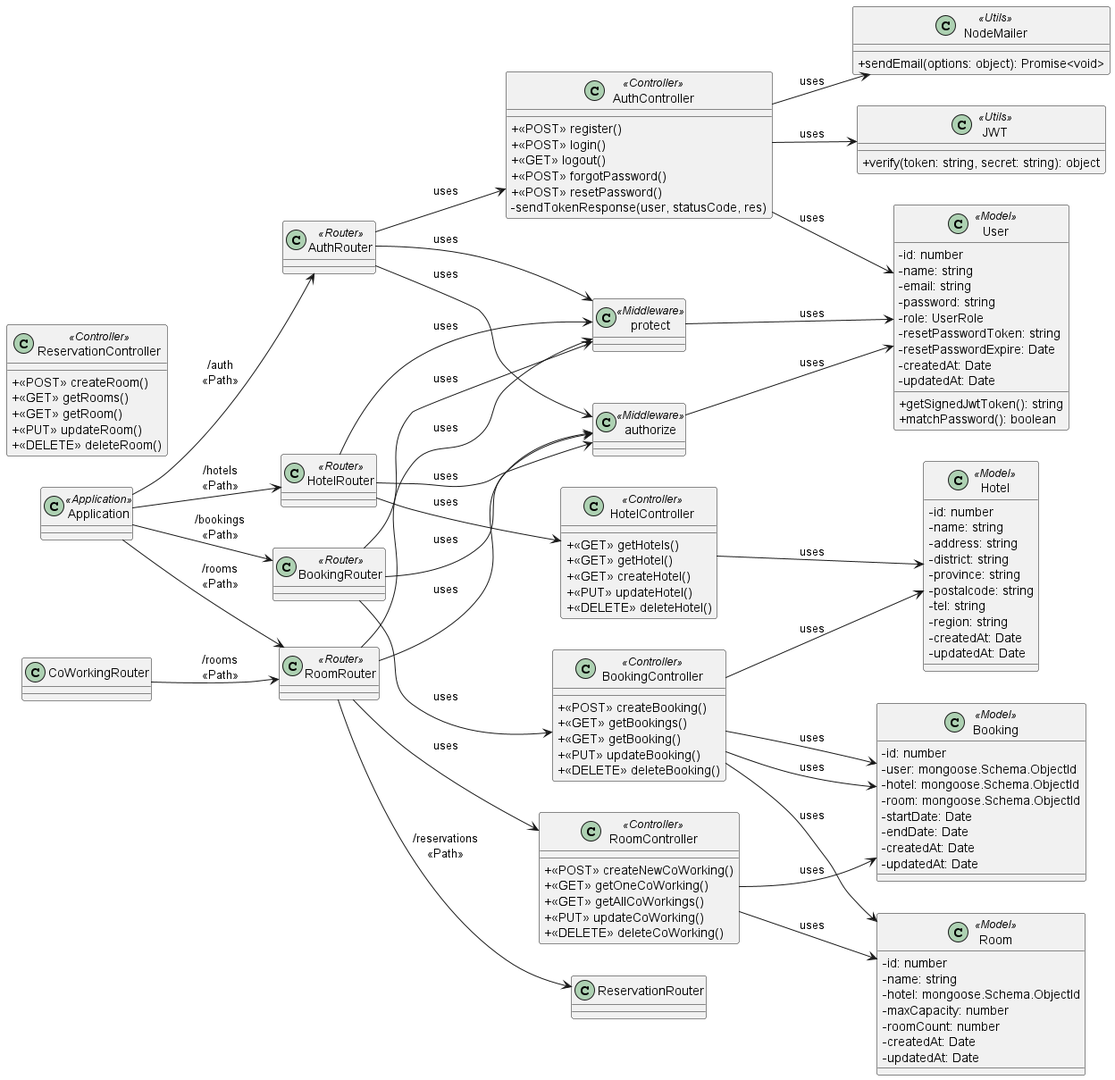
Above: diagram/class/Class Diagram.png in n0n7/SWDev_Final (PlantUML), before the change. Source of this version:
```plantuml
@startuml Class Diagram
left to right direction
skinparam packagePadding 20
skinparam classAttributeIconSize 0

class Application <<Application>>

class AuthRouter <<Router>>
class HotelRouter <<Router>>
class RoomRouter <<Router>>
class BookingRouter <<Router>>

class AuthController <<Controller>> {
    + <<POST>> register()
    + <<POST>> login()
    + <<GET>> logout()
    + <<POST>> forgotPassword()
    + <<POST>> resetPassword()
    - sendTokenResponse(user, statusCode, res)
}

class HotelController <<Controller>> {
    + <<GET>> getHotels()
    + <<GET>> getHotel()
    + <<GET>> createHotel()
    + <<PUT>> updateHotel()
    + <<DELETE>> deleteHotel()
}

class RoomController <<Controller>> {
    + <<POST>> createNewCoWorking()
    + <<GET>> getOneCoWorking()
    + <<GET>> getAllCoWorkings()
    + <<PUT>> updateCoWorking()
    + <<DELETE>> deleteCoWorking()
}

class BookingController <<Controller>> {
    + <<POST>> createBooking()
    + <<GET>> getBookings()
    + <<GET>> getBooking()
    + <<PUT>> updateBooking()
    + <<DELETE>> deleteBooking()
}

class ReservationController <<Controller>> {
    + <<POST>> createRoom()
    + <<GET>> getRooms()
    + <<GET>> getRoom()
    + <<PUT>> updateRoom()
    + <<DELETE>> deleteRoom()
}

class User <<Model>> {
    - id: number
    - name: string
    - email: string
    - password: string
    - role: UserRole
    - resetPasswordToken: string
    - resetPasswordExpire: Date
    - createdAt: Date
    - updatedAt: Date

    + getSignedJwtToken(): string
    + matchPassword(): boolean
}

class Hotel <<Model>> {
    - id: number
    - name: string
    - address: string
    - district: string
    - province: string
    - postalcode: string
    - tel: string
    - region: string
    - createdAt: Date
    - updatedAt: Date
}

class Room <<Model>> {
    - id: number
    - name: string
    - hotel: mongoose.Schema.ObjectId
    - maxCapacity: number
    - roomCount: number
    - createdAt: Date
    - updatedAt: Date
}

class Booking <<Model>> {
    - id: number
    - user: mongoose.Schema.ObjectId
    - hotel: mongoose.Schema.ObjectId
    - room: mongoose.Schema.ObjectId
    - startDate: Date
    - endDate: Date
    - createdAt: Date
    - updatedAt: Date
}

class NodeMailer <<Utils>> {
    + sendEmail(options: object): Promise<void>
}

class JWT <<Utils>> {
    + verify(token: string, secret: string): object
}

class authorize <<Middleware>>
class protect <<Middleware>>

Application --> AuthRouter: "/auth\n<<Path>>"
Application --> HotelRouter: "/hotels\n<<Path>>"
Application --> BookingRouter: "/bookings\n<<Path>>"
Application --> RoomRouter: "/rooms\n<<Path>>"

CoWorkingRouter --> RoomRouter: "/rooms\n<<Path>>"
RoomRouter --> ReservationRouter: "/reservations\n<<Path>>"

AuthRouter --> authorize: "uses"
AuthRouter --> protect: "uses"

HotelRouter --> authorize: "uses"
HotelRouter --> protect: "uses"

RoomRouter --> authorize: "uses"
RoomRouter --> protect: "uses"

BookingRouter --> authorize: "uses"
BookingRouter --> protect: "uses"

AuthRouter --> AuthController: "uses"
HotelRouter --> HotelController: "uses"
RoomRouter --> RoomController: "uses"
BookingRouter --> BookingController: "uses"

AuthController --> User: "uses"
HotelController --> Hotel: "uses"
RoomController --> Room: "uses"
BookingController --> Booking: "uses"
RoomController --> Booking: "uses"
BookingController --> Booking: "uses"
BookingController --> Hotel: "uses"
BookingController --> Room: "uses"

authorize --> User: "uses"
protect --> User: "uses"

AuthController --> NodeMailer: "uses"
AuthController --> JWT: "uses"

@enduml
```
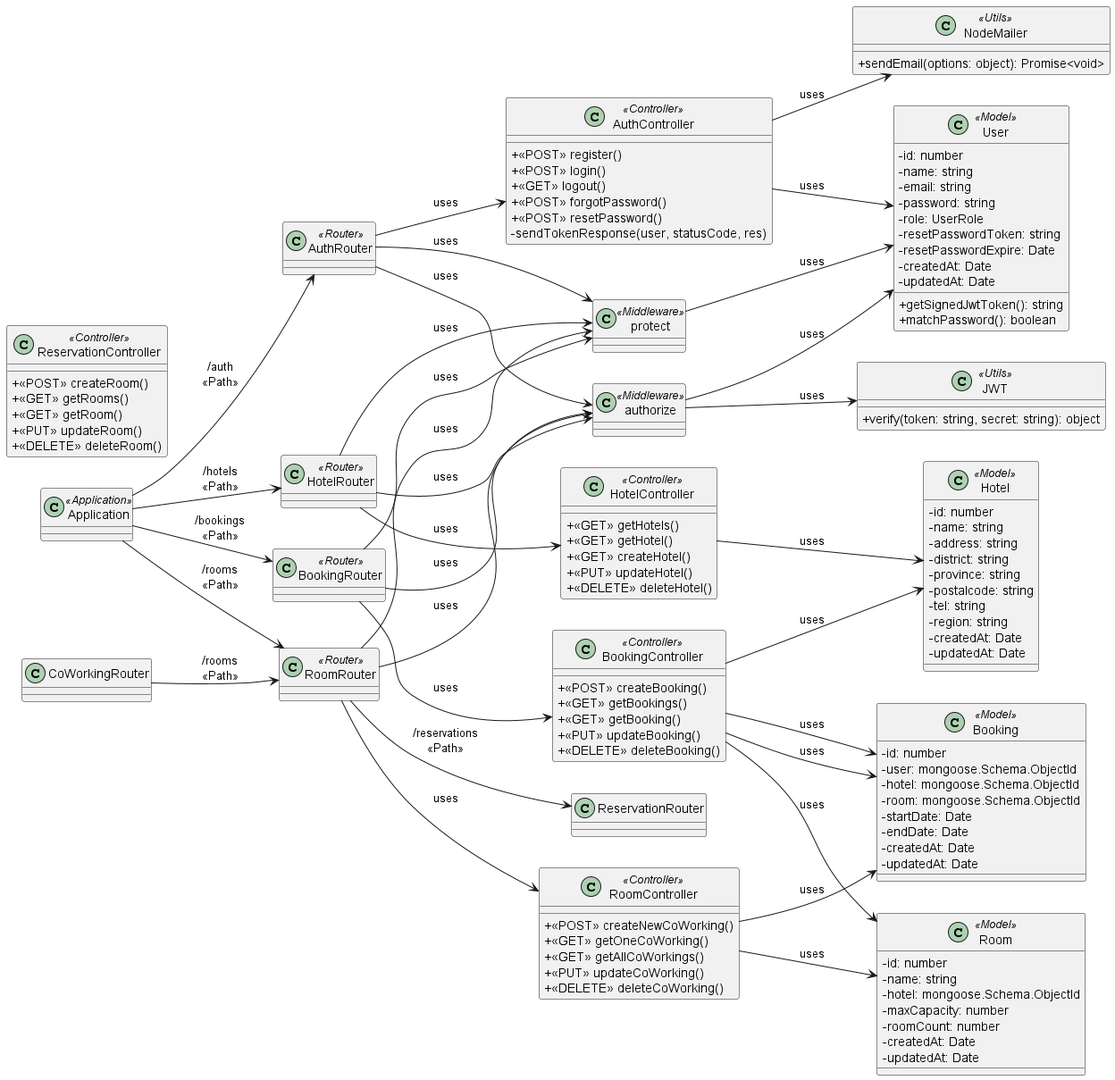
Above is the later version.

The edit, as a diff of the source:
```diff
@@ -149,6 +149,6 @@
 protect --> User: "uses"
 
 AuthController --> NodeMailer: "uses"
-AuthController --> JWT: "uses"
+authorize --> JWT: "uses"
 
 @enduml
```
